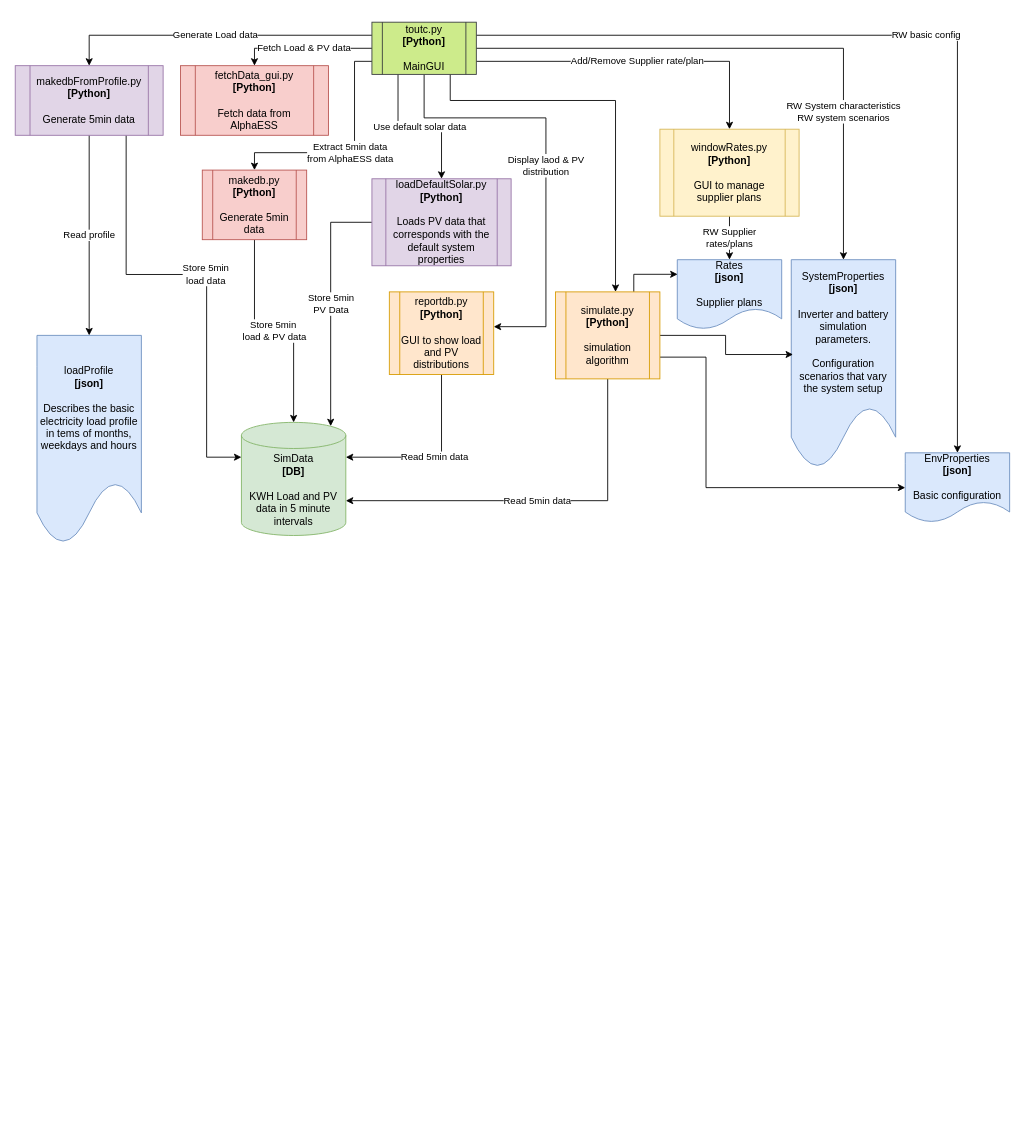
Earlier version of the draw.io diagram docs/tout-c.drawio (Tonyslogic/tout-compare). Source tidied: cells renumbered, new cells numbered last; positions are measured from the earlier drawing's top-left corner, leaving out a move shared by most shapes. Both pictures are drawn from the tidied source at 87%, with x=0, y=0 at pixel (15, 22).
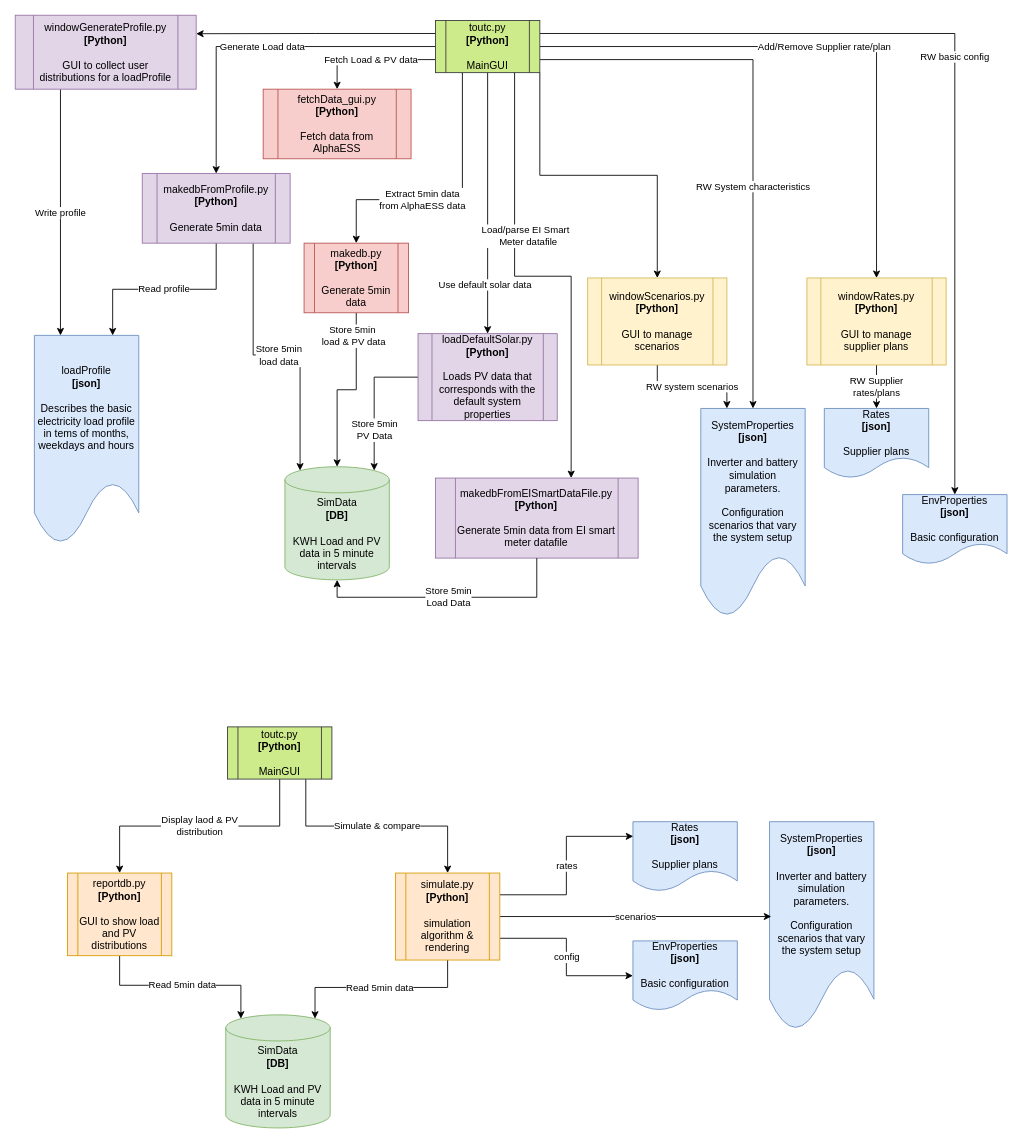
Above is the later version.

Commit message (it also covers changes not shown here):
Import rates

Change to the diagram source:
```diff
@@
     <mxCell id="2" value="SimData&lt;br&gt;&lt;b&gt;[DB]&lt;/b&gt;&lt;br&gt;&lt;br&gt;KWH Load and PV data in 5 minute intervals" style="shape=cylinder3;whiteSpace=wrap;html=1;boundedLbl=1;backgroundOutline=1;size=15;fillColor=#d5e8d4;strokeColor=#82b366;" parent="1" vertex="1">
-      <mxGeometry x="260" y="460" width="120" height="130" as="geometry" />
+      <mxGeometry x="310" y="511" width="120" height="130" as="geometry" />
     </mxCell>
     <mxCell id="3" value="Rates&lt;br&gt;&lt;b&gt;[json]&lt;/b&gt;&lt;br&gt;&lt;br&gt;Supplier plans" style="shape=document;whiteSpace=wrap;html=1;boundedLbl=1;fillColor=#dae8fc;strokeColor=#6c8ebf;" parent="1" vertex="1">
-      <mxGeometry x="761" y="273" width="120" height="80" as="geometry" />
+      <mxGeometry x="930" y="444" width="120" height="80" as="geometry" />
     </mxCell>
     <mxCell id="4" value="EnvProperties&lt;br&gt;&lt;b&gt;[json]&lt;/b&gt;&lt;br&gt;&lt;br&gt;Basic configuration" style="shape=document;whiteSpace=wrap;html=1;boundedLbl=1;fillColor=#dae8fc;strokeColor=#6c8ebf;" parent="1" vertex="1">
-      <mxGeometry x="1023" y="495" width="120" height="80" as="geometry" />
+      <mxGeometry x="1020" y="543" width="120" height="80" as="geometry" />
     </mxCell>
     <mxCell id="5" value="SystemProperties&lt;br&gt;&lt;b&gt;[json]&lt;/b&gt;&lt;br&gt;&lt;br&gt;Inverter and battery simulation parameters.&lt;br&gt;&lt;br&gt;Configuration scenarios that vary the system setup" style="shape=document;whiteSpace=wrap;html=1;boundedLbl=1;fillColor=#dae8fc;strokeColor=#6c8ebf;" parent="1" vertex="1">
-      <mxGeometry x="892" y="273" width="120" height="240" as="geometry" />
+      <mxGeometry x="788" y="444" width="120" height="240" as="geometry" />
     </mxCell>
     <mxCell id="6" value="loadProfile&lt;br&gt;&lt;b&gt;[json]&lt;/b&gt;&lt;br&gt;&lt;br&gt;Describes the basic electricity load profile in tems of months, weekdays and hours" style="shape=document;whiteSpace=wrap;html=1;boundedLbl=1;fillColor=#dae8fc;strokeColor=#6c8ebf;" parent="1" vertex="1">
-      <mxGeometry x="25" y="360" width="120" height="240" as="geometry" />
+      <mxGeometry x="22" y="360" width="120" height="240" as="geometry" />
     </mxCell>
@@
-    <mxCell id="8" value="RW System characteristics&lt;br&gt;RW system scenarios" style="edgeStyle=orthogonalEdgeStyle;rounded=0;jettySize=auto;html=1;exitX=1;exitY=0.5;exitDx=0;exitDy=0;entryX=0.5;entryY=0;entryDx=0;entryDy=0;" parent="1" edge="1" source="16" target="5">
-      <mxGeometry x="0.49" relative="1" as="geometry" />
+    <mxCell id="8" value="RW System characteristics" style="edgeStyle=orthogonalEdgeStyle;rounded=0;jettySize=auto;html=1;exitX=1;exitY=0.75;exitDx=0;exitDy=0;entryX=0.5;entryY=0;entryDx=0;entryDy=0;" parent="1" edge="1" source="16" target="5">
+      <mxGeometry x="0.21" relative="1" as="geometry" />
     </mxCell>
-    <mxCell id="9" value="Fetch Load &amp;amp; PV data" style="edgeStyle=orthogonalEdgeStyle;rounded=0;jettySize=auto;html=1;exitX=0;exitY=0.5;exitDx=0;exitDy=0;entryX=0.5;entryY=0;entryDx=0;entryDy=0;" parent="1" edge="1" source="16" target="22">
+    <mxCell id="9" value="Fetch Load &amp;amp; PV data" style="edgeStyle=orthogonalEdgeStyle;rounded=0;jettySize=auto;html=1;exitX=0;exitY=0.75;exitDx=0;exitDy=0;entryX=0.5;entryY=0;entryDx=0;entryDy=0;" parent="1" edge="1" source="16" target="22">
       <mxGeometry relative="1" as="geometry" />
     </mxCell>
-    <mxCell id="10" value="Extract 5min data &lt;br&gt;from AlphaESS data" style="edgeStyle=orthogonalEdgeStyle;rounded=0;jettySize=auto;html=1;exitX=0;exitY=0.75;exitDx=0;exitDy=0;entryX=0.5;entryY=0;entryDx=0;entryDy=0;" parent="1" edge="1" source="16" target="24">
-      <mxGeometry relative="1" as="geometry">
+    <mxCell id="10" value="Extract 5min data &lt;br&gt;from AlphaESS data" style="edgeStyle=orthogonalEdgeStyle;rounded=0;jettySize=auto;html=1;exitX=0.25;exitY=1;exitDx=0;exitDy=0;entryX=0.5;entryY=0;entryDx=0;entryDy=0;" parent="1" edge="1" source="16" target="24">
+      <mxGeometry x="0.21" relative="1" as="geometry">
         <Array as="points">
-          <mxPoint x="390" y="45" />
-          <mxPoint x="390" y="150" />
-          <mxPoint x="275" y="150" />
+          <mxPoint x="514" y="204" />
+          <mxPoint x="392" y="204" />
         </Array>
       </mxGeometry>
     </mxCell>
-    <mxCell id="11" value="Generate Load data" style="edgeStyle=orthogonalEdgeStyle;rounded=0;jettySize=auto;html=1;exitX=0;exitY=0.25;exitDx=0;exitDy=0;entryX=0.5;entryY=0;entryDx=0;entryDy=0;" parent="1" edge="1" source="16" target="21">
+    <mxCell id="11" value="Generate Load data" style="edgeStyle=orthogonalEdgeStyle;rounded=0;jettySize=auto;html=1;exitX=0;exitY=0.5;exitDx=0;exitDy=0;entryX=0.5;entryY=0;entryDx=0;entryDy=0;" parent="1" edge="1" source="16" target="21">
       <mxGeometry relative="1" as="geometry" />
     </mxCell>
-    <mxCell id="12" value="Use default solar data" style="edgeStyle=orthogonalEdgeStyle;rounded=0;jettySize=auto;html=1;exitX=0.25;exitY=1;exitDx=0;exitDy=0;" parent="1" edge="1" source="16" target="26">
-      <mxGeometry relative="1" as="geometry" />
+    <mxCell id="12" value="Use default solar data" style="edgeStyle=orthogonalEdgeStyle;rounded=0;jettySize=auto;html=1;exitX=0.5;exitY=1;exitDx=0;exitDy=0;" parent="1" edge="1" source="16" target="26">
+      <mxGeometry x="0.63" y="-3" relative="1" as="geometry" />
     </mxCell>
-    <mxCell id="13" value="Display laod &amp;amp; PV&lt;br&gt;distribution" style="edgeStyle=orthogonalEdgeStyle;rounded=0;jettySize=auto;html=1;exitX=0.5;exitY=1;exitDx=0;exitDy=0;" parent="1" edge="1" source="16" target="18">
-      <mxGeometry relative="1" as="geometry">
-        <Array as="points">
-          <mxPoint x="470" y="110" />
-          <mxPoint x="610" y="110" />
-          <mxPoint x="610" y="350" />
-        </Array>
-      </mxGeometry>
-    </mxCell>
-    <mxCell id="14" value="Add/Remove Supplier rate/plan" style="edgeStyle=orthogonalEdgeStyle;rounded=0;jettySize=auto;html=1;exitX=1;exitY=0.75;exitDx=0;exitDy=0;" parent="1" edge="1" source="16" target="28">
+    <mxCell id="14" value="Add/Remove Supplier rate/plan" style="edgeStyle=orthogonalEdgeStyle;rounded=0;jettySize=auto;html=1;exitX=1;exitY=0.5;exitDx=0;exitDy=0;" parent="1" edge="1" source="16" target="28">
       <mxGeometry relative="1" as="geometry" />
     </mxCell>
-    <mxCell id="15" style="edgeStyle=orthogonalEdgeStyle;rounded=0;jettySize=auto;html=1;exitX=0.75;exitY=1;exitDx=0;exitDy=0;" parent="1" edge="1" source="16" target="33">
-      <mxGeometry relative="1" as="geometry">
-        <Array as="points">
-          <mxPoint x="500" y="90" />
-          <mxPoint x="690" y="90" />
-        </Array>
-      </mxGeometry>
-    </mxCell>
+    <mxCell id="34" style="edgeStyle=orthogonalEdgeStyle;rounded=0;jettySize=auto;html=1;exitX=1;exitY=1;exitDx=0;exitDy=0;" parent="1" edge="1" source="16" target="50">
+      <mxGeometry relative="1" as="geometry" />
+    </mxCell>
+    <mxCell id="35" value="Load/parse EI Smart&amp;nbsp;&lt;br&gt;&amp;nbsp;Meter datafile" style="edgeStyle=orthogonalEdgeStyle;rounded=0;jettySize=auto;html=1;exitX=0.75;exitY=1;exitDx=0;exitDy=0;" parent="1" edge="1" source="16" target="51">
+      <mxGeometry x="-0.29" y="14" relative="1" as="geometry">
+        <Array as="points">
+          <mxPoint x="574" y="58" />
+          <mxPoint x="574" y="292" />
+          <mxPoint x="639" y="292" />
+        </Array>
+      </mxGeometry>
+    </mxCell>
+    <mxCell id="36" style="edgeStyle=orthogonalEdgeStyle;rounded=0;jettySize=auto;html=1;exitX=0;exitY=0.25;exitDx=0;exitDy=0;entryX=1;entryY=0.25;entryDx=0;entryDy=0;" parent="1" edge="1" source="16" target="54">
+      <mxGeometry relative="1" as="geometry" />
+    </mxCell>
     <mxCell id="16" value="toutc.py&lt;br&gt;&lt;b&gt;[Python]&lt;/b&gt;&lt;br&gt;&lt;br&gt;MainGUI" style="shape=process;whiteSpace=wrap;html=1;backgroundOutline=1;fillColor=#cdeb8b;strokeColor=#36393d;" parent="1" vertex="1">
-      <mxGeometry x="410" width="120" height="60" as="geometry" />
+      <mxGeometry x="483" y="-2" width="120" height="60" as="geometry" />
     </mxCell>
-    <mxCell id="17" value="Read 5min data" style="edgeStyle=orthogonalEdgeStyle;rounded=0;jettySize=auto;html=1;exitX=0.5;exitY=1;exitDx=0;exitDy=0;entryX=1;entryY=0;entryDx=0;entryDy=40;entryPerimeter=0;" parent="1" edge="1" source="18" target="2">
-      <mxGeometry relative="1" as="geometry" />
-    </mxCell>
-    <mxCell id="18" value="reportdb.py&lt;br&gt;&lt;b&gt;[Python]&lt;/b&gt;&lt;br&gt;&lt;br&gt;GUI to show load and PV distributions" style="shape=process;whiteSpace=wrap;html=1;backgroundOutline=1;fillColor=#ffe6cc;strokeColor=#d79b00;" parent="1" vertex="1">
-      <mxGeometry x="430" y="310" width="120" height="95" as="geometry" />
-    </mxCell>
-    <mxCell id="19" value="Read profile" style="edgeStyle=orthogonalEdgeStyle;rounded=0;jettySize=auto;html=1;exitX=0.5;exitY=1;exitDx=0;exitDy=0;" parent="1" edge="1" source="21" target="6">
+    <mxCell id="19" value="Read profile" style="edgeStyle=orthogonalEdgeStyle;rounded=0;jettySize=auto;html=1;exitX=0.5;exitY=1;exitDx=0;exitDy=0;entryX=0.75;entryY=0;entryDx=0;entryDy=0;" parent="1" edge="1" source="21" target="6">
       <mxGeometry relative="1" as="geometry" />
     </mxCell>
-    <mxCell id="20" value="Store 5min &lt;br&gt;load data" style="edgeStyle=orthogonalEdgeStyle;rounded=0;jettySize=auto;html=1;exitX=0.75;exitY=1;exitDx=0;exitDy=0;entryX=0;entryY=0;entryDx=0;entryDy=40;entryPerimeter=0;" parent="1" edge="1" source="21" target="2">
-      <mxGeometry relative="1" as="geometry">
-        <Array as="points">
-          <mxPoint x="128" y="290" />
-          <mxPoint x="220" y="290" />
-          <mxPoint x="220" y="500" />
-        </Array>
-      </mxGeometry>
+    <mxCell id="20" value="Store 5min &lt;br&gt;load data" style="edgeStyle=orthogonalEdgeStyle;rounded=0;jettySize=auto;html=1;exitX=0.75;exitY=1;exitDx=0;exitDy=0;entryX=0.145;entryY=0;entryDx=0;entryDy=4.35;entryPerimeter=0;" parent="1" edge="1" source="21" target="2">
+      <mxGeometry relative="1" as="geometry" />
     </mxCell>
     <mxCell id="21" value="makedbFromProfile.py&lt;br&gt;&lt;b&gt;[Python]&lt;/b&gt;&lt;br&gt;&lt;br&gt;Generate 5min data" style="shape=process;whiteSpace=wrap;html=1;backgroundOutline=1;fillColor=#e1d5e7;strokeColor=#9673a6;" parent="1" vertex="1">
-      <mxGeometry y="50" width="170" height="80" as="geometry" />
+      <mxGeometry x="146" y="174" width="170" height="80" as="geometry" />
     </mxCell>
     <mxCell id="22" value="fetchData_gui.py&lt;br&gt;&lt;b&gt;[Python]&lt;/b&gt;&lt;br&gt;&lt;br&gt;Fetch data from AlphaESS" style="shape=process;whiteSpace=wrap;html=1;backgroundOutline=1;fillColor=#f8cecc;strokeColor=#b85450;" parent="1" vertex="1">
-      <mxGeometry x="190" y="50" width="170" height="80" as="geometry" />
+      <mxGeometry x="285" y="77" width="170" height="80" as="geometry" />
     </mxCell>
     <mxCell id="23" value="Store 5min&amp;nbsp;&lt;br&gt;load &amp;amp; PV data" style="edgeStyle=orthogonalEdgeStyle;rounded=0;jettySize=auto;html=1;exitX=0.5;exitY=1;exitDx=0;exitDy=0;entryX=0.5;entryY=0;entryDx=0;entryDy=0;entryPerimeter=0;" parent="1" edge="1" source="24" target="2">
-      <mxGeometry relative="1" as="geometry" />
+      <mxGeometry x="-0.73" y="-3" relative="1" as="geometry" />
     </mxCell>
     <mxCell id="24" value="makedb.py&lt;br&gt;&lt;b&gt;[Python]&lt;/b&gt;&lt;br&gt;&lt;br&gt;Generate 5min data" style="shape=process;whiteSpace=wrap;html=1;backgroundOutline=1;fillColor=#f8cecc;strokeColor=#b85450;" parent="1" vertex="1">
-      <mxGeometry x="215" y="170" width="120" height="80" as="geometry" />
+      <mxGeometry x="332" y="254" width="120" height="80" as="geometry" />
     </mxCell>
     <mxCell id="25" value="Store 5min &lt;br&gt;PV Data" style="edgeStyle=orthogonalEdgeStyle;rounded=0;jettySize=auto;html=1;entryX=0.855;entryY=0;entryDx=0;entryDy=4.35;entryPerimeter=0;" parent="1" edge="1" source="26" target="2">
-      <mxGeometry relative="1" as="geometry" />
+      <mxGeometry x="0.41" relative="1" as="geometry" />
     </mxCell>
     <mxCell id="26" value="loadDefaultSolar.py&lt;br&gt;&lt;b&gt;[Python]&lt;/b&gt;&lt;br&gt;&lt;br&gt;Loads PV data that corresponds with the default system properties" style="shape=process;whiteSpace=wrap;html=1;backgroundOutline=1;fillColor=#e1d5e7;strokeColor=#9673a6;" parent="1" vertex="1">
-      <mxGeometry x="410" y="180" width="160" height="100" as="geometry" />
+      <mxGeometry x="463" y="358" width="160" height="100" as="geometry" />
     </mxCell>
@@
     <mxCell id="28" value="windowRates.py&lt;br&gt;&lt;b&gt;[Python]&lt;/b&gt;&lt;br&gt;&lt;br&gt;GUI to manage supplier plans" style="shape=process;whiteSpace=wrap;html=1;backgroundOutline=1;fillColor=#fff2cc;strokeColor=#d6b656;" parent="1" vertex="1">
-      <mxGeometry x="741" y="123" width="160" height="100" as="geometry" />
+      <mxGeometry x="910" y="294" width="160" height="100" as="geometry" />
     </mxCell>
-    <mxCell id="29" value="Read 5min data" style="edgeStyle=orthogonalEdgeStyle;rounded=0;jettySize=auto;html=1;exitX=0.5;exitY=1;exitDx=0;exitDy=0;entryX=1;entryY=0;entryDx=0;entryDy=90;entryPerimeter=0;" parent="1" edge="1" source="33" target="2">
-      <mxGeometry relative="1" as="geometry" />
-    </mxCell>
-    <mxCell id="30" style="edgeStyle=orthogonalEdgeStyle;rounded=0;jettySize=auto;html=1;exitX=1;exitY=0.5;exitDx=0;exitDy=0;entryX=0.017;entryY=0.454;entryDx=0;entryDy=0;entryPerimeter=0;" parent="1" edge="1" source="33" target="5">
-      <mxGeometry relative="1" as="geometry" />
-    </mxCell>
-    <mxCell id="31" style="edgeStyle=orthogonalEdgeStyle;rounded=0;jettySize=auto;html=1;exitX=1;exitY=0.75;exitDx=0;exitDy=0;entryX=0;entryY=0.5;entryDx=0;entryDy=0;" parent="1" edge="1" source="33" target="4">
-      <mxGeometry relative="1" as="geometry">
-        <Array as="points">
-          <mxPoint x="794" y="385" />
-          <mxPoint x="794" y="535" />
-        </Array>
-      </mxGeometry>
-    </mxCell>
-    <mxCell id="32" style="edgeStyle=orthogonalEdgeStyle;rounded=0;jettySize=auto;html=1;exitX=0.75;exitY=0;exitDx=0;exitDy=0;entryX=0.003;entryY=0.21;entryDx=0;entryDy=0;entryPerimeter=0;" parent="1" edge="1" source="33" target="3">
-      <mxGeometry relative="1" as="geometry" />
-    </mxCell>
-    <mxCell id="33" value="simulate.py&lt;br&gt;&lt;b&gt;[Python]&lt;/b&gt;&lt;br&gt;&lt;br&gt;simulation algorithm" style="shape=process;whiteSpace=wrap;html=1;backgroundOutline=1;fillColor=#ffe6cc;strokeColor=#d79b00;" parent="1" vertex="1">
-      <mxGeometry x="621" y="310" width="120" height="100" as="geometry" />
-    </mxCell>
+    <mxCell id="37" value="SimData&lt;br&gt;&lt;b&gt;[DB]&lt;/b&gt;&lt;br&gt;&lt;br&gt;KWH Load and PV data in 5 minute intervals" style="shape=cylinder3;whiteSpace=wrap;html=1;boundedLbl=1;backgroundOutline=1;size=15;fillColor=#d5e8d4;strokeColor=#82b366;" parent="1" vertex="1">
+      <mxGeometry x="242" y="1141" width="120" height="130" as="geometry" />
+    </mxCell>
+    <mxCell id="38" value="Rates&lt;br&gt;&lt;b&gt;[json]&lt;/b&gt;&lt;br&gt;&lt;br&gt;Supplier plans" style="shape=document;whiteSpace=wrap;html=1;boundedLbl=1;fillColor=#dae8fc;strokeColor=#6c8ebf;" parent="1" vertex="1">
+      <mxGeometry x="710" y="919" width="120" height="80" as="geometry" />
+    </mxCell>
+    <mxCell id="39" value="EnvProperties&lt;br&gt;&lt;b&gt;[json]&lt;/b&gt;&lt;br&gt;&lt;br&gt;Basic configuration" style="shape=document;whiteSpace=wrap;html=1;boundedLbl=1;fillColor=#dae8fc;strokeColor=#6c8ebf;" parent="1" vertex="1">
+      <mxGeometry x="710" y="1056" width="120" height="80" as="geometry" />
+    </mxCell>
+    <mxCell id="40" value="SystemProperties&lt;br&gt;&lt;b&gt;[json]&lt;/b&gt;&lt;br&gt;&lt;br&gt;Inverter and battery simulation parameters.&lt;br&gt;&lt;br&gt;Configuration scenarios that vary the system setup" style="shape=document;whiteSpace=wrap;html=1;boundedLbl=1;fillColor=#dae8fc;strokeColor=#6c8ebf;" parent="1" vertex="1">
+      <mxGeometry x="867" y="919" width="120" height="240" as="geometry" />
+    </mxCell>
+    <mxCell id="13" value="Display laod &amp;amp; PV&lt;br&gt;distribution" style="edgeStyle=orthogonalEdgeStyle;rounded=0;jettySize=auto;html=1;exitX=0.5;exitY=1;exitDx=0;exitDy=0;entryX=0.5;entryY=0;entryDx=0;entryDy=0;" parent="1" edge="1" source="42" target="18">
+      <mxGeometry relative="1" as="geometry" />
+    </mxCell>
+    <mxCell id="41" value="Simulate &amp;amp; compare" style="edgeStyle=orthogonalEdgeStyle;rounded=0;jettySize=auto;html=1;exitX=0.75;exitY=1;exitDx=0;exitDy=0;entryX=0.5;entryY=0;entryDx=0;entryDy=0;" parent="1" edge="1" source="42" target="48">
+      <mxGeometry relative="1" as="geometry" />
+    </mxCell>
+    <mxCell id="42" value="toutc.py&lt;br&gt;&lt;b&gt;[Python]&lt;/b&gt;&lt;br&gt;&lt;br&gt;MainGUI" style="shape=process;whiteSpace=wrap;html=1;backgroundOutline=1;fillColor=#cdeb8b;strokeColor=#36393d;" parent="1" vertex="1">
+      <mxGeometry x="244" y="810" width="120" height="60" as="geometry" />
+    </mxCell>
+    <mxCell id="43" value="Read 5min data" style="edgeStyle=orthogonalEdgeStyle;rounded=0;jettySize=auto;html=1;exitX=0.5;exitY=1;exitDx=0;exitDy=0;entryX=0.145;entryY=0;entryDx=0;entryDy=4.35;entryPerimeter=0;" parent="1" edge="1" source="18" target="37">
+      <mxGeometry relative="1" as="geometry" />
+    </mxCell>
+    <mxCell id="18" value="reportdb.py&lt;br&gt;&lt;b&gt;[Python]&lt;/b&gt;&lt;br&gt;&lt;br&gt;GUI to show load and PV distributions" style="shape=process;whiteSpace=wrap;html=1;backgroundOutline=1;fillColor=#ffe6cc;strokeColor=#d79b00;" parent="1" vertex="1">
+      <mxGeometry x="60" y="978" width="120" height="95" as="geometry" />
+    </mxCell>
+    <mxCell id="44" value="Read 5min data" style="edgeStyle=orthogonalEdgeStyle;rounded=0;jettySize=auto;html=1;exitX=0.5;exitY=1;exitDx=0;exitDy=0;entryX=0.855;entryY=0;entryDx=0;entryDy=4.35;entryPerimeter=0;" parent="1" edge="1" source="48" target="37">
+      <mxGeometry relative="1" as="geometry" />
+    </mxCell>
+    <mxCell id="45" value="scenarios" style="edgeStyle=orthogonalEdgeStyle;rounded=0;jettySize=auto;html=1;exitX=1;exitY=0.5;exitDx=0;exitDy=0;entryX=0.017;entryY=0.454;entryDx=0;entryDy=0;entryPerimeter=0;" parent="1" edge="1" source="48" target="40">
+      <mxGeometry relative="1" as="geometry" />
+    </mxCell>
+    <mxCell id="46" value="config" style="edgeStyle=orthogonalEdgeStyle;rounded=0;jettySize=auto;html=1;exitX=1;exitY=0.75;exitDx=0;exitDy=0;entryX=0;entryY=0.5;entryDx=0;entryDy=0;" parent="1" edge="1" source="48" target="39">
+      <mxGeometry relative="1" as="geometry" />
+    </mxCell>
+    <mxCell id="47" value="rates" style="edgeStyle=orthogonalEdgeStyle;rounded=0;jettySize=auto;html=1;exitX=1;exitY=0.25;exitDx=0;exitDy=0;entryX=0.003;entryY=0.21;entryDx=0;entryDy=0;entryPerimeter=0;" parent="1" edge="1" source="48" target="38">
+      <mxGeometry relative="1" as="geometry" />
+    </mxCell>
+    <mxCell id="48" value="simulate.py&lt;br&gt;&lt;b&gt;[Python]&lt;/b&gt;&lt;br&gt;&lt;br&gt;simulation algorithm &amp;amp; rendering" style="shape=process;whiteSpace=wrap;html=1;backgroundOutline=1;fillColor=#ffe6cc;strokeColor=#d79b00;" parent="1" vertex="1">
+      <mxGeometry x="437" y="978" width="120" height="100" as="geometry" />
+    </mxCell>
+    <mxCell id="49" value="RW system scenarios" style="edgeStyle=orthogonalEdgeStyle;rounded=0;jettySize=auto;html=1;entryX=0.25;entryY=0;entryDx=0;entryDy=0;exitX=0.5;exitY=1;exitDx=0;exitDy=0;" parent="1" edge="1" source="50" target="5">
+      <mxGeometry relative="1" as="geometry" />
+    </mxCell>
+    <mxCell id="50" value="windowScenarios.py&lt;br&gt;&lt;b&gt;[Python]&lt;/b&gt;&lt;br&gt;&lt;br&gt;GUI to manage scenarios" style="shape=process;whiteSpace=wrap;html=1;backgroundOutline=1;fillColor=#fff2cc;strokeColor=#d6b656;" parent="1" vertex="1">
+      <mxGeometry x="658" y="294" width="160" height="100" as="geometry" />
+    </mxCell>
+    <mxCell id="51" value="makedbFromEISmartDataFile.py&lt;br&gt;&lt;b&gt;[Python]&lt;/b&gt;&lt;br&gt;&lt;br&gt;Generate 5min data from EI smart meter datafile" style="shape=process;whiteSpace=wrap;html=1;backgroundOutline=1;fillColor=#e1d5e7;strokeColor=#9673a6;" parent="1" vertex="1">
+      <mxGeometry x="483" y="524" width="233" height="92" as="geometry" />
+    </mxCell>
+    <mxCell id="52" value="Store 5min &lt;br&gt;Load Data" style="edgeStyle=orthogonalEdgeStyle;rounded=0;jettySize=auto;html=1;entryX=0.5;entryY=1;entryDx=0;entryDy=0;entryPerimeter=0;exitX=0.5;exitY=1;exitDx=0;exitDy=0;" parent="1" edge="1" source="51" target="2">
+      <mxGeometry relative="1" as="geometry" />
+    </mxCell>
+    <mxCell id="53" value="Write profile" style="edgeStyle=orthogonalEdgeStyle;rounded=0;jettySize=auto;html=1;exitX=0.25;exitY=1;exitDx=0;exitDy=0;entryX=0.25;entryY=0;entryDx=0;entryDy=0;" parent="1" edge="1" source="54" target="6">
+      <mxGeometry relative="1" as="geometry" />
+    </mxCell>
+    <mxCell id="54" value="windowGenerateProfile.py&lt;br&gt;&lt;b&gt;[Python]&lt;/b&gt;&lt;br&gt;&lt;br&gt;GUI to collect user distributions for a loadProfile" style="shape=process;whiteSpace=wrap;html=1;backgroundOutline=1;fillColor=#e1d5e7;strokeColor=#9673a6;" parent="1" vertex="1">
+      <mxGeometry y="-8" width="208" height="85" as="geometry" />
+    </mxCell>
```
